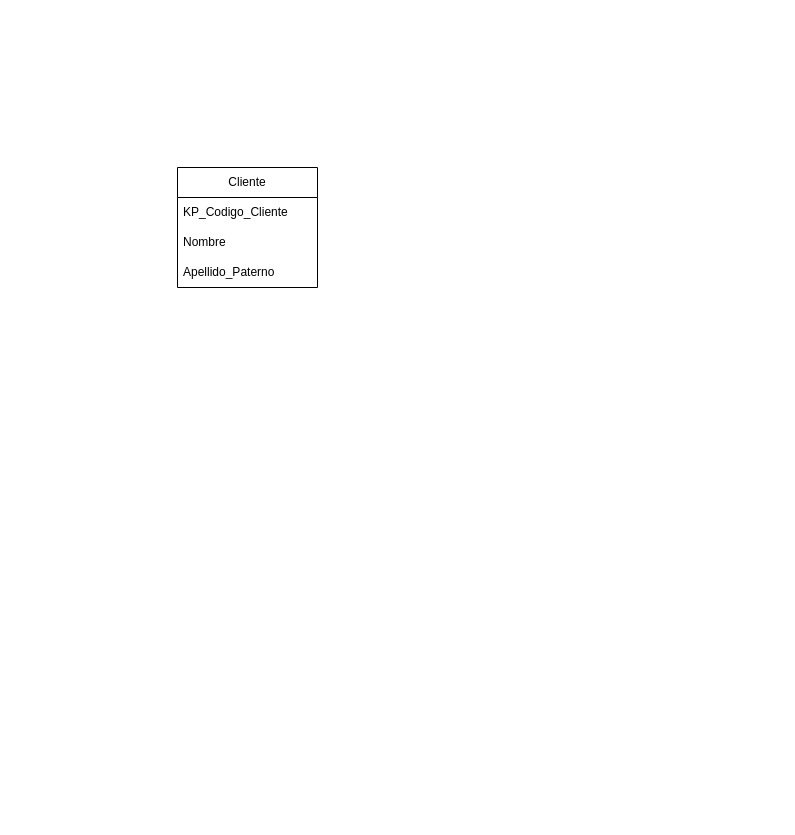
Above: 1_Ejercicio.drawio in PabloKooss/Tercer_Modulo (draw.io), before the change. Source tidied: cells renumbered, new cells numbered last; positions are measured from the earlier drawing's top-left corner, leaving out a move shared by most shapes. Both pictures are drawn from the tidied source at 100%, with x=0, y=0 at pixel (177, 167).
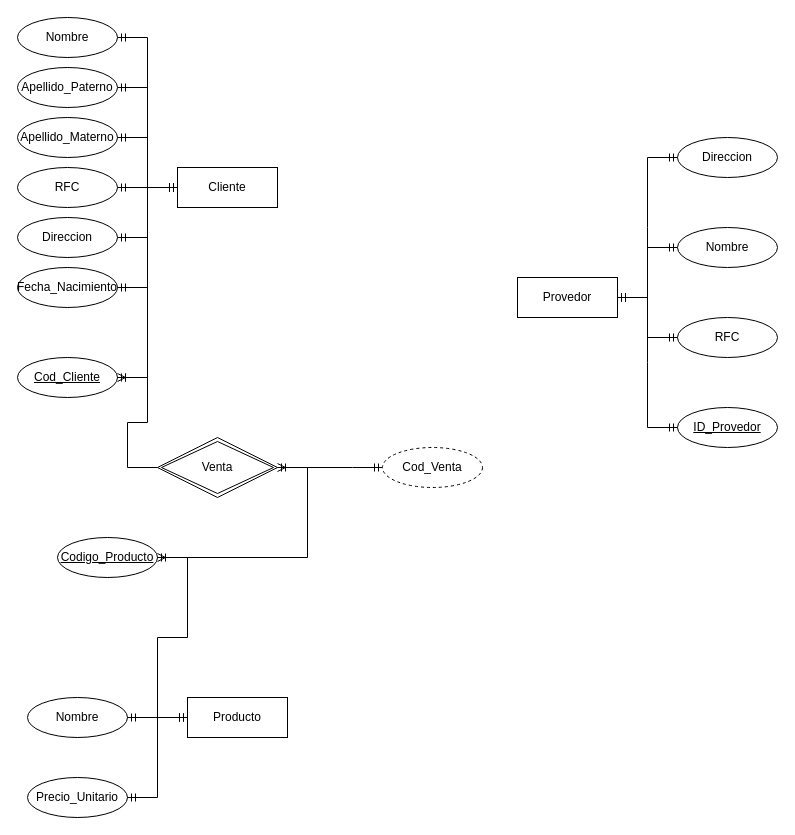
After the change.

The edit, as a diff of the source:
```diff
@@
-    <mxCell id="2" value="Cliente" style="swimlane;fontStyle=0;horizontal=1;startSize=30;whiteSpace=wrap;html=1;" parent="1" vertex="1">
-      <mxGeometry width="140" height="120" as="geometry" />
+    <mxCell id="2" value="Cliente" style="whiteSpace=wrap;html=1;align=center;" parent="1" vertex="1">
+      <mxGeometry width="100" height="40" as="geometry" />
     </mxCell>
-    <mxCell id="3" value="KP_Codigo_Cliente" style="text;strokeColor=none;fillColor=none;align=left;verticalAlign=middle;spacingLeft=4;spacingRight=4;overflow=hidden;whiteSpace=wrap;html=1;" parent="2" vertex="1">
-      <mxGeometry y="30" width="140" height="30" as="geometry" />
-    </mxCell>
-    <mxCell id="4" value="Nombre" style="text;strokeColor=none;fillColor=none;align=left;verticalAlign=middle;spacingLeft=4;spacingRight=4;overflow=hidden;whiteSpace=wrap;html=1;" parent="2" vertex="1">
-      <mxGeometry y="60" width="140" height="30" as="geometry" />
-    </mxCell>
+    <mxCell id="6" value="Provedor" style="whiteSpace=wrap;html=1;align=center;" parent="1" vertex="1">
+      <mxGeometry x="340" y="110" width="100" height="40" as="geometry" />
+    </mxCell>
+    <mxCell id="7" value="Producto" style="whiteSpace=wrap;html=1;align=center;" parent="1" vertex="1">
+      <mxGeometry x="10" y="530" width="100" height="40" as="geometry" />
+    </mxCell>
+    <mxCell id="8" value="Nombre" style="ellipse;whiteSpace=wrap;html=1;align=center;" parent="1" vertex="1">
+      <mxGeometry x="-160" y="-150" width="100" height="40" as="geometry" />
+    </mxCell>
+    <mxCell id="9" value="Cod_Cliente" style="ellipse;whiteSpace=wrap;html=1;align=center;fontStyle=4;" parent="1" vertex="1">
+      <mxGeometry x="-160" y="190" width="100" height="40" as="geometry" />
+    </mxCell>
-    <mxCell id="5" value="Apellido_Paterno" style="text;strokeColor=none;fillColor=none;align=left;verticalAlign=middle;spacingLeft=4;spacingRight=4;overflow=hidden;points=[[0,0.5],[1,0.5]];portConstraint=eastwest;whiteSpace=wrap;html=1;" parent="2" vertex="1">
-      <mxGeometry y="90" width="140" height="30" as="geometry" />
+    <mxCell id="5" value="Apellido_Paterno" style="ellipse;whiteSpace=wrap;html=1;align=center;" parent="1" vertex="1">
+      <mxGeometry x="-160" y="-100" width="100" height="40" as="geometry" />
     </mxCell>
+    <mxCell id="10" value="Apellido_Materno" style="ellipse;whiteSpace=wrap;html=1;align=center;" parent="1" vertex="1">
+      <mxGeometry x="-160" y="-50" width="100" height="40" as="geometry" />
+    </mxCell>
+    <mxCell id="11" value="&lt;div&gt;RFC&lt;/div&gt;" style="ellipse;whiteSpace=wrap;html=1;align=center;" parent="1" vertex="1">
+      <mxGeometry x="-160" width="100" height="40" as="geometry" />
+    </mxCell>
+    <mxCell id="12" value="Direccion" style="ellipse;whiteSpace=wrap;html=1;align=center;" parent="1" vertex="1">
+      <mxGeometry x="-160" y="50" width="100" height="40" as="geometry" />
+    </mxCell>
+    <mxCell id="13" value="&lt;div&gt;Fecha_Nacimiento&lt;/div&gt;" style="ellipse;whiteSpace=wrap;html=1;align=center;" parent="1" vertex="1">
+      <mxGeometry x="-160" y="100" width="100" height="40" as="geometry" />
+    </mxCell>
+    <mxCell id="14" style="edgeStyle=entityRelationEdgeStyle;fontSize=12;html=1;endArrow=ERmandOne;startArrow=ERmandOne;rounded=0;exitX=1;exitY=0.5;exitDx=0;exitDy=0;" parent="1" edge="1" source="13" target="2">
+      <mxGeometry relative="1" as="geometry" />
+    </mxCell>
+    <mxCell id="15" style="edgeStyle=entityRelationEdgeStyle;fontSize=12;html=1;endArrow=ERmandOne;startArrow=ERmandOne;rounded=0;" parent="1" edge="1" source="12" target="2">
+      <mxGeometry relative="1" as="geometry">
+        <Array as="points">
+          <mxPoint x="-30" y="150" />
+          <mxPoint x="-30" y="140" />
+        </Array>
+      </mxGeometry>
+    </mxCell>
+    <mxCell id="16" style="edgeStyle=entityRelationEdgeStyle;fontSize=12;html=1;endArrow=ERmandOne;startArrow=ERmandOne;rounded=0;" parent="1" edge="1" source="11" target="2">
+      <mxGeometry relative="1" as="geometry" />
+    </mxCell>
+    <mxCell id="17" style="edgeStyle=entityRelationEdgeStyle;fontSize=12;html=1;endArrow=ERmandOne;startArrow=ERmandOne;rounded=0;" parent="1" edge="1" source="10" target="2">
+      <mxGeometry relative="1" as="geometry" />
+    </mxCell>
+    <mxCell id="18" style="edgeStyle=entityRelationEdgeStyle;fontSize=12;html=1;endArrow=ERmandOne;startArrow=ERmandOne;rounded=0;" parent="1" edge="1" source="5" target="2">
+      <mxGeometry relative="1" as="geometry" />
+    </mxCell>
+    <mxCell id="19" style="edgeStyle=entityRelationEdgeStyle;fontSize=12;html=1;endArrow=ERmandOne;startArrow=ERmandOne;rounded=0;" parent="1" edge="1" source="8" target="2">
+      <mxGeometry relative="1" as="geometry" />
+    </mxCell>
+    <mxCell id="20" style="edgeStyle=entityRelationEdgeStyle;fontSize=12;html=1;endArrow=ERmandOne;startArrow=ERmandOne;rounded=0;" parent="1" edge="1" source="9" target="2">
+      <mxGeometry relative="1" as="geometry" />
+    </mxCell>
+    <mxCell id="21" value="&lt;div&gt;Codigo_Producto&lt;/div&gt;" style="ellipse;whiteSpace=wrap;html=1;align=center;fontStyle=4;" parent="1" vertex="1">
+      <mxGeometry x="-120" y="370" width="100" height="40" as="geometry" />
+    </mxCell>
+    <mxCell id="22" value="Nombre" style="ellipse;whiteSpace=wrap;html=1;align=center;" parent="1" vertex="1">
+      <mxGeometry x="-150" y="530" width="100" height="40" as="geometry" />
+    </mxCell>
+    <mxCell id="23" value="&lt;div&gt;Precio_Unitario&lt;/div&gt;" style="ellipse;whiteSpace=wrap;html=1;align=center;" parent="1" vertex="1">
+      <mxGeometry x="-150" y="610" width="100" height="40" as="geometry" />
+    </mxCell>
+    <mxCell id="24" style="edgeStyle=entityRelationEdgeStyle;fontSize=12;html=1;endArrow=ERmandOne;startArrow=ERmandOne;rounded=0;" parent="1" edge="1" source="22" target="7">
+      <mxGeometry relative="1" as="geometry" />
+    </mxCell>
+    <mxCell id="25" style="edgeStyle=entityRelationEdgeStyle;fontSize=12;html=1;endArrow=ERmandOne;startArrow=ERmandOne;rounded=0;" parent="1" edge="1" source="7" target="23">
+      <mxGeometry relative="1" as="geometry" />
+    </mxCell>
+    <mxCell id="26" style="edgeStyle=entityRelationEdgeStyle;fontSize=12;html=1;endArrow=ERmandOne;startArrow=ERmandOne;rounded=0;" parent="1" edge="1" source="7" target="21">
+      <mxGeometry relative="1" as="geometry" />
+    </mxCell>
+    <mxCell id="27" value="&lt;div&gt;ID_Provedor&lt;/div&gt;" style="ellipse;whiteSpace=wrap;html=1;align=center;fontStyle=4;" parent="1" vertex="1">
+      <mxGeometry x="500" y="240" width="100" height="40" as="geometry" />
+    </mxCell>
+    <mxCell id="28" value="RFC" style="ellipse;whiteSpace=wrap;html=1;align=center;" parent="1" vertex="1">
+      <mxGeometry x="500" y="150" width="100" height="40" as="geometry" />
+    </mxCell>
+    <mxCell id="29" value="Nombre" style="ellipse;whiteSpace=wrap;html=1;align=center;" parent="1" vertex="1">
+      <mxGeometry x="500" y="60" width="100" height="40" as="geometry" />
+    </mxCell>
+    <mxCell id="30" value="Direccion" style="ellipse;whiteSpace=wrap;html=1;align=center;" parent="1" vertex="1">
+      <mxGeometry x="500" y="-30" width="100" height="40" as="geometry" />
+    </mxCell>
+    <mxCell id="31" style="edgeStyle=entityRelationEdgeStyle;fontSize=12;html=1;endArrow=ERmandOne;startArrow=ERmandOne;rounded=0;" parent="1" edge="1" source="6" target="28">
+      <mxGeometry relative="1" as="geometry" />
+    </mxCell>
+    <mxCell id="32" style="edgeStyle=entityRelationEdgeStyle;fontSize=12;html=1;endArrow=ERmandOne;startArrow=ERmandOne;rounded=0;" parent="1" edge="1" source="6" target="30">
+      <mxGeometry relative="1" as="geometry" />
+    </mxCell>
+    <mxCell id="33" style="edgeStyle=entityRelationEdgeStyle;fontSize=12;html=1;endArrow=ERmandOne;startArrow=ERmandOne;rounded=0;" parent="1" edge="1" source="6" target="29">
+      <mxGeometry relative="1" as="geometry" />
+    </mxCell>
+    <mxCell id="34" style="edgeStyle=entityRelationEdgeStyle;fontSize=12;html=1;endArrow=ERmandOne;startArrow=ERmandOne;rounded=0;" parent="1" edge="1" source="6" target="27">
+      <mxGeometry relative="1" as="geometry" />
+    </mxCell>
+    <mxCell id="35" style="edgeStyle=entityRelationEdgeStyle;fontSize=12;html=1;endArrow=ERoneToMany;rounded=0;" parent="1" edge="1" source="37" target="9">
+      <mxGeometry relative="1" as="geometry">
+        <Array as="points">
+          <mxPoint x="40" y="310" />
+          <mxPoint x="-40" y="260" />
+          <mxPoint x="50" y="250" />
+        </Array>
+      </mxGeometry>
+    </mxCell>
+    <mxCell id="36" style="edgeStyle=entityRelationEdgeStyle;fontSize=12;html=1;endArrow=ERmany;startArrow=ERmany;rounded=0;" parent="1" edge="1" source="21" target="37">
+      <mxGeometry relative="1" as="geometry" />
+    </mxCell>
+    <mxCell id="37" value="&lt;div&gt;Venta&lt;/div&gt;" style="shape=rhombus;double=1;perimeter=rhombusPerimeter;whiteSpace=wrap;html=1;align=center;" parent="1" vertex="1">
+      <mxGeometry x="-20" y="270" width="120" height="60" as="geometry" />
+    </mxCell>
+    <mxCell id="38" style="edgeStyle=entityRelationEdgeStyle;fontSize=12;html=1;endArrow=ERmandOne;startArrow=ERmandOne;rounded=0;" parent="1" edge="1" source="39" target="37">
+      <mxGeometry relative="1" as="geometry" />
+    </mxCell>
+    <mxCell id="39" value="&lt;div&gt;Cod_Venta&lt;/div&gt;" style="ellipse;whiteSpace=wrap;html=1;align=center;dashed=1;" parent="1" vertex="1">
+      <mxGeometry x="205" y="280" width="100" height="40" as="geometry" />
+    </mxCell>
```
